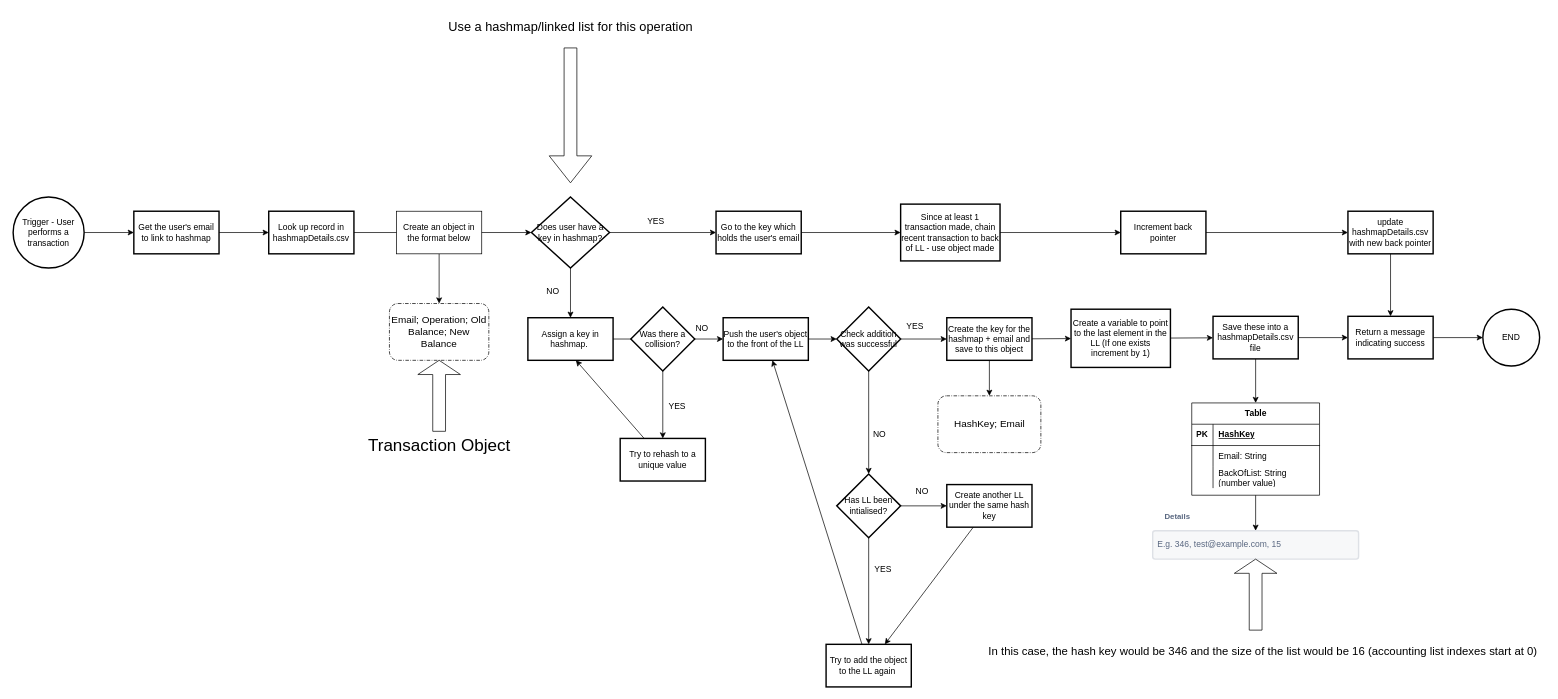
Earlier version of the draw.io diagram page "Transaction history" (4 of 5) of app/design/flowcharts.drawio (JoshMultiverse/FinCore). Source tidied: cells renumbered, new cells numbered last; positions are measured from the earlier drawing's top-left corner, leaving out a move shared by most shapes. Both pictures are drawn from the tidied source at 71%, with x=0, y=0 at pixel (13, 12).
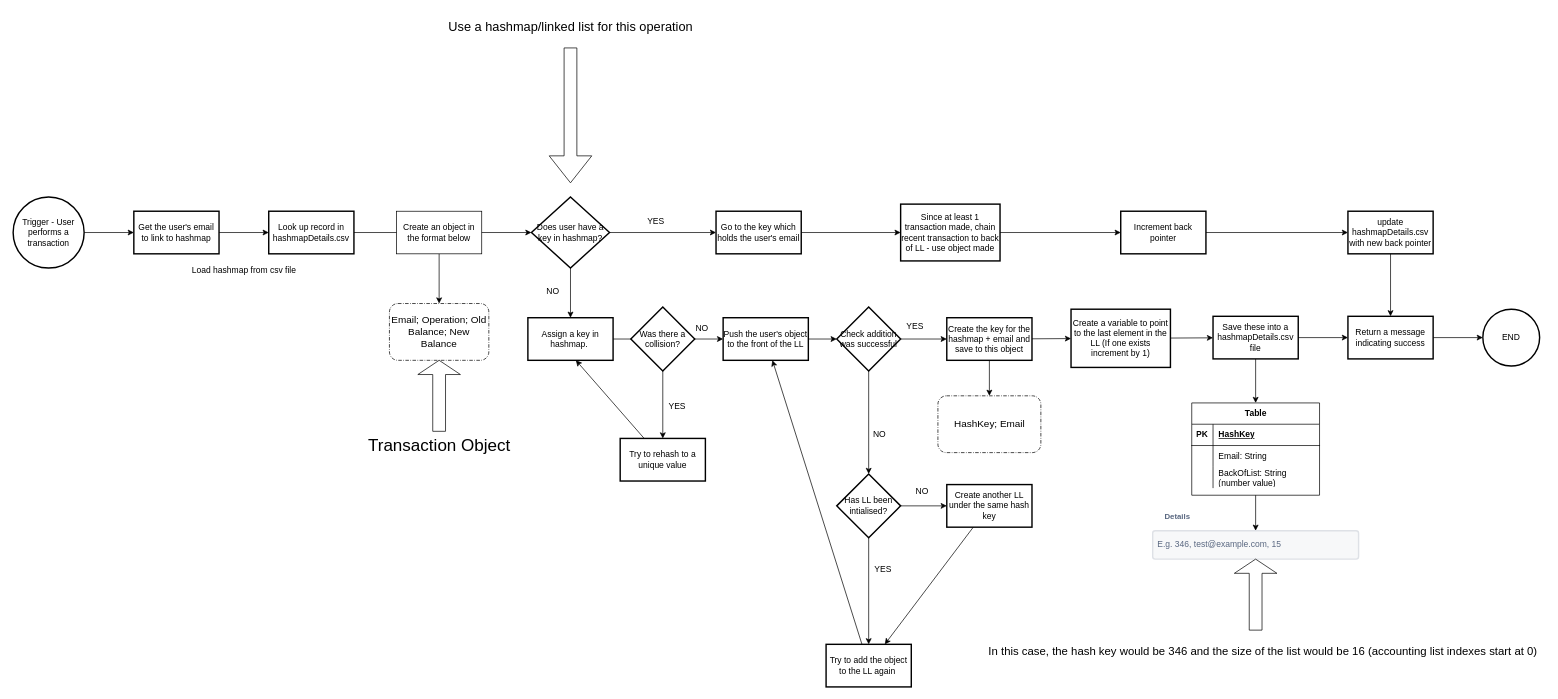
The same page after the edit.

The edit, as a diff of the source:
```diff
@@
+    <mxCell id="82" value="Load hashmap from csv file" style="text;html=1;align=center;verticalAlign=middle;strokeColor=none;fillColor=none;" parent="1" vertex="1">
+      <mxGeometry x="240" y="348" width="170" height="30" as="geometry" />
+    </mxCell>
```
